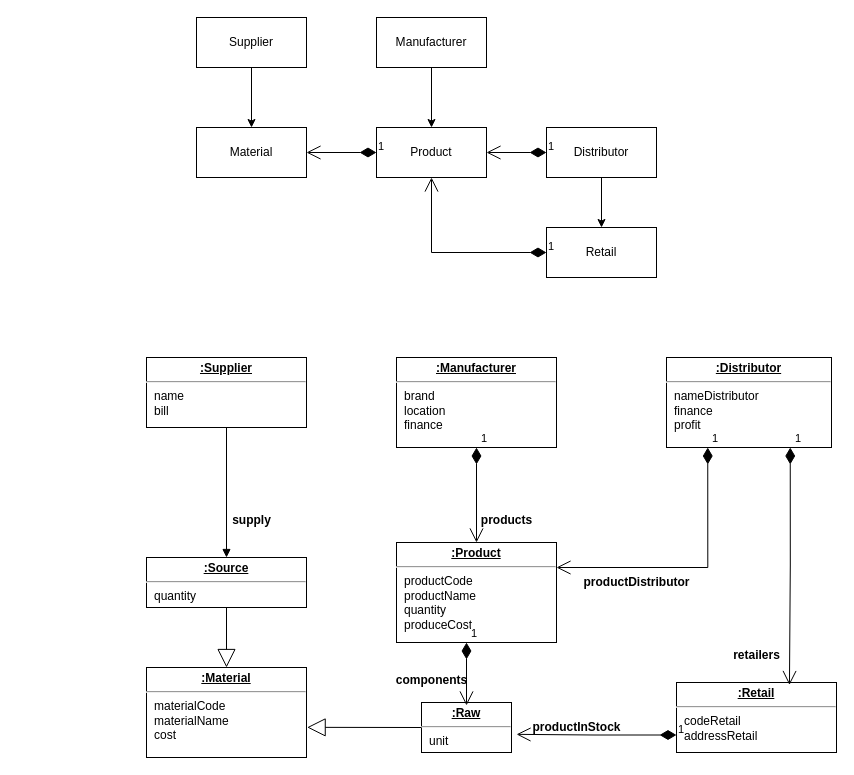
Above: UML/MPOandDO.drawio in zavaranak/932102.Dang (draw.io), before the change. Source tidied: cells renumbered, new cells numbered last; positions are measured from the earlier drawing's top-left corner, leaving out a move shared by most shapes. Both pictures are drawn from the tidied source at 100%, with x=0, y=0 at pixel (146, 17).
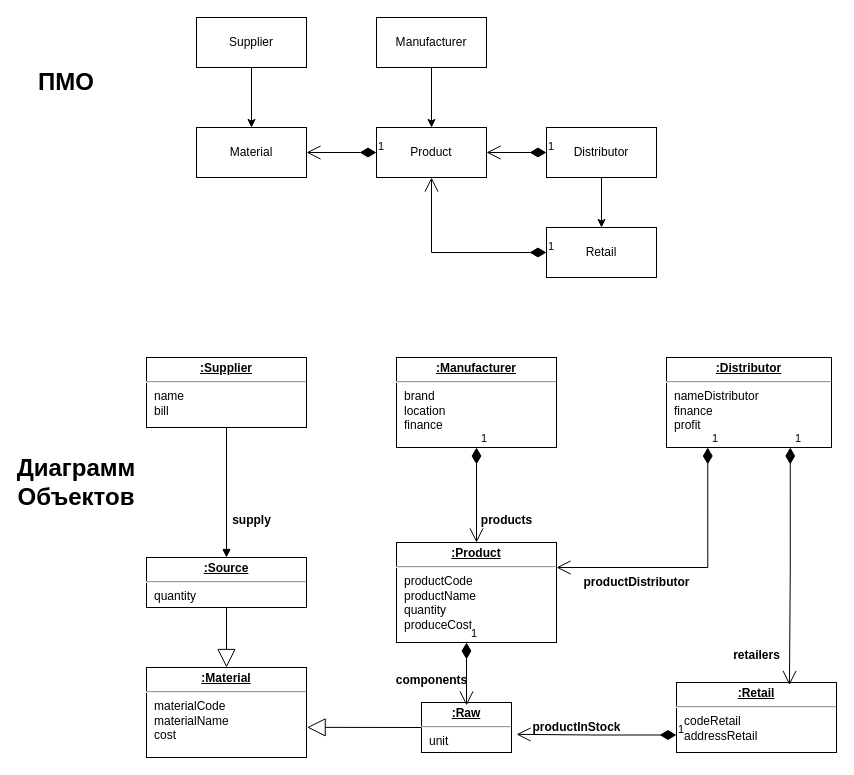
Above is the later version.

Diff of the diagram source:
```diff
@@
+    <mxCell id="36" value="&lt;b&gt;&lt;font style=&quot;font-size: 24px;&quot;&gt;ПМО&lt;/font&gt;&lt;/b&gt;" style="text;html=1;strokeColor=none;fillColor=none;align=center;verticalAlign=middle;whiteSpace=wrap;rounded=0;" parent="1" vertex="1">
+      <mxGeometry x="-110" y="50" width="60" height="30" as="geometry" />
+    </mxCell>
+    <mxCell id="37" value="&lt;b&gt;&lt;font style=&quot;font-size: 24px;&quot;&gt;Диаграмм Объектов&lt;/font&gt;&lt;/b&gt;" style="text;html=1;strokeColor=none;fillColor=none;align=center;verticalAlign=middle;whiteSpace=wrap;rounded=0;" parent="1" vertex="1">
+      <mxGeometry x="-100" y="450" width="60" height="30" as="geometry" />
+    </mxCell>
```
